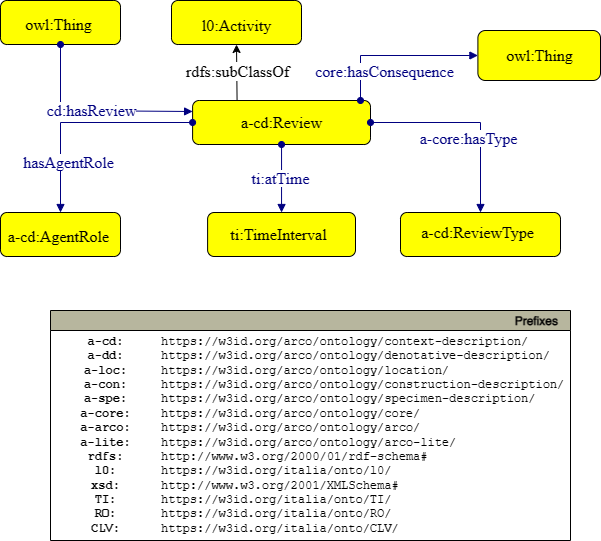
ICCD-MiBACT/ArCo keeps this draw.io diagram as ArCo-release/test/2.0/Review/Review-Pattern.drawio.png. Above is the earlier version. Source tidied: cells renumbered, new cells last; positions are measured from the earlier drawing's top-left corner, leaving out a move shared by most shapes.
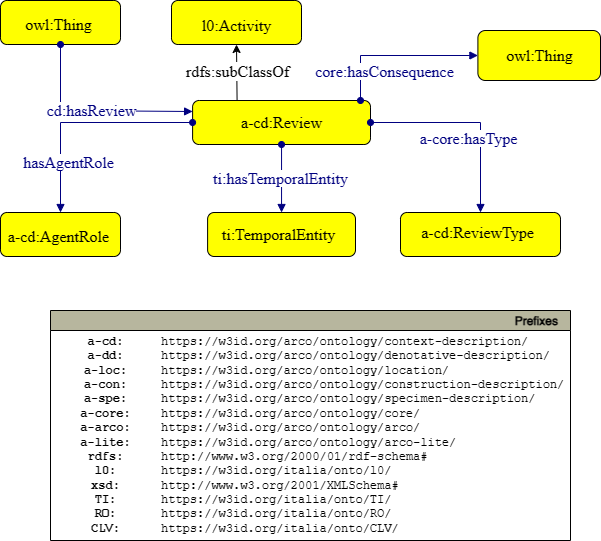
The same file after the commit.

What changed in the source:
```diff
@@ -77,13 +77,13 @@
     <mxCell id="19" style="graphMlID=n4;shape=rect;rounded=1;arcsize=30;fillColor=#ffff00;strokeColor=#000000;strokeWidth=1.0;" parent="1" vertex="1">
       <mxGeometry x="207.1" y="212" width="147.9" height="44" as="geometry" />
     </mxCell>
-    <mxCell id="20" value="ti:TimeInterval" style="text;html=1;spacing=0;align=center;fontFamily=dialog;fontSize=16;fontStyle=0;fontColor=#000000;" parent="19" vertex="1">
+    <mxCell id="20" value="ti:TemporalEntity" style="text;html=1;spacing=0;align=center;fontFamily=dialog;fontSize=16;fontStyle=0;fontColor=#000000;" parent="19" vertex="1">
       <mxGeometry x="30.5" y="7.6" width="80.9" height="22.8" as="geometry" />
     </mxCell>
     <mxCell id="21" style="graphMlID=e0;rounded=0;endArrow=block;strokeColor=#000080;strokeWidth=1.0;startArrow=oval;startFill=1;endFill=1;exitX=0.5;exitY=1;exitDx=0;exitDy=0;entryX=0.5;entryY=0;entryDx=0;entryDy=0;" parent="1" edge="1" source="6" target="19">
       <mxGeometry relative="1" as="geometry" />
     </mxCell>
-    <mxCell id="22" value="&lt;span style=&quot;background-color: rgb(255 , 255 , 255)&quot;&gt;ti:atTime&lt;/span&gt;" style="text;html=1;spacing=0;align=center;fontFamily=dialog;fontSize=16;fontStyle=0;fontColor=#000080;" parent="21" vertex="1">
+    <mxCell id="22" value="&lt;span style=&quot;background-color: rgb(255 , 255 , 255)&quot;&gt;ti:hasTemporalEntity&lt;/span&gt;" style="text;html=1;spacing=0;align=center;fontFamily=dialog;fontSize=16;fontStyle=0;fontColor=#000080;" parent="21" vertex="1">
       <mxGeometry width="116.95" height="20" relative="1" as="geometry">
         <mxPoint x="-60" y="-14.4" as="offset" />
       </mxGeometry>
```
